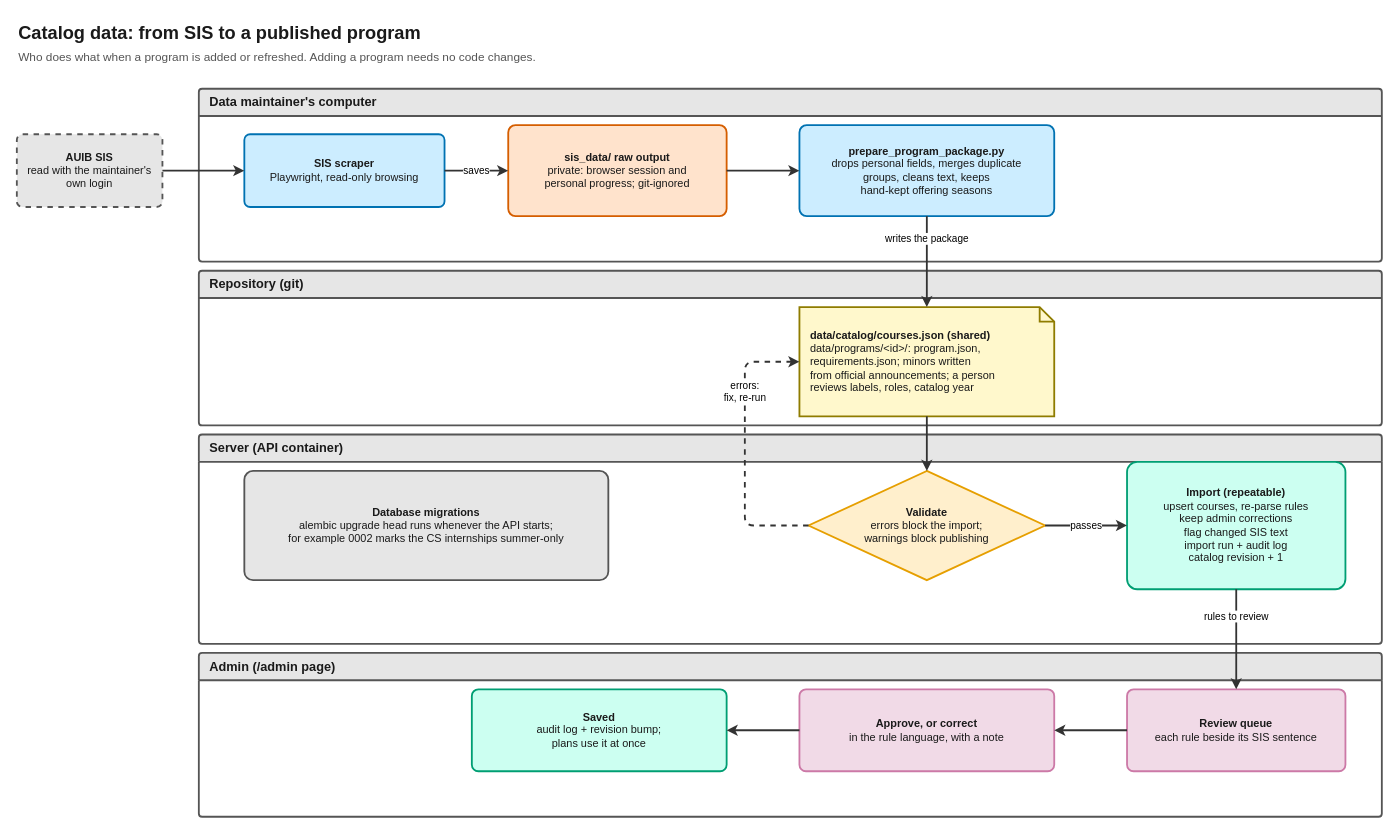
Earlier version of the draw.io diagram docs/diagrams/05-data-pipeline.drawio (zaniixx/AUIB-Academic-Advisor). Source tidied: cells renumbered, new cells numbered last; positions are measured from the earlier drawing's top-left corner, leaving out a move shared by most shapes. Both pictures are drawn from the tidied source at 91%, with x=0, y=0 at pixel (16, 15).
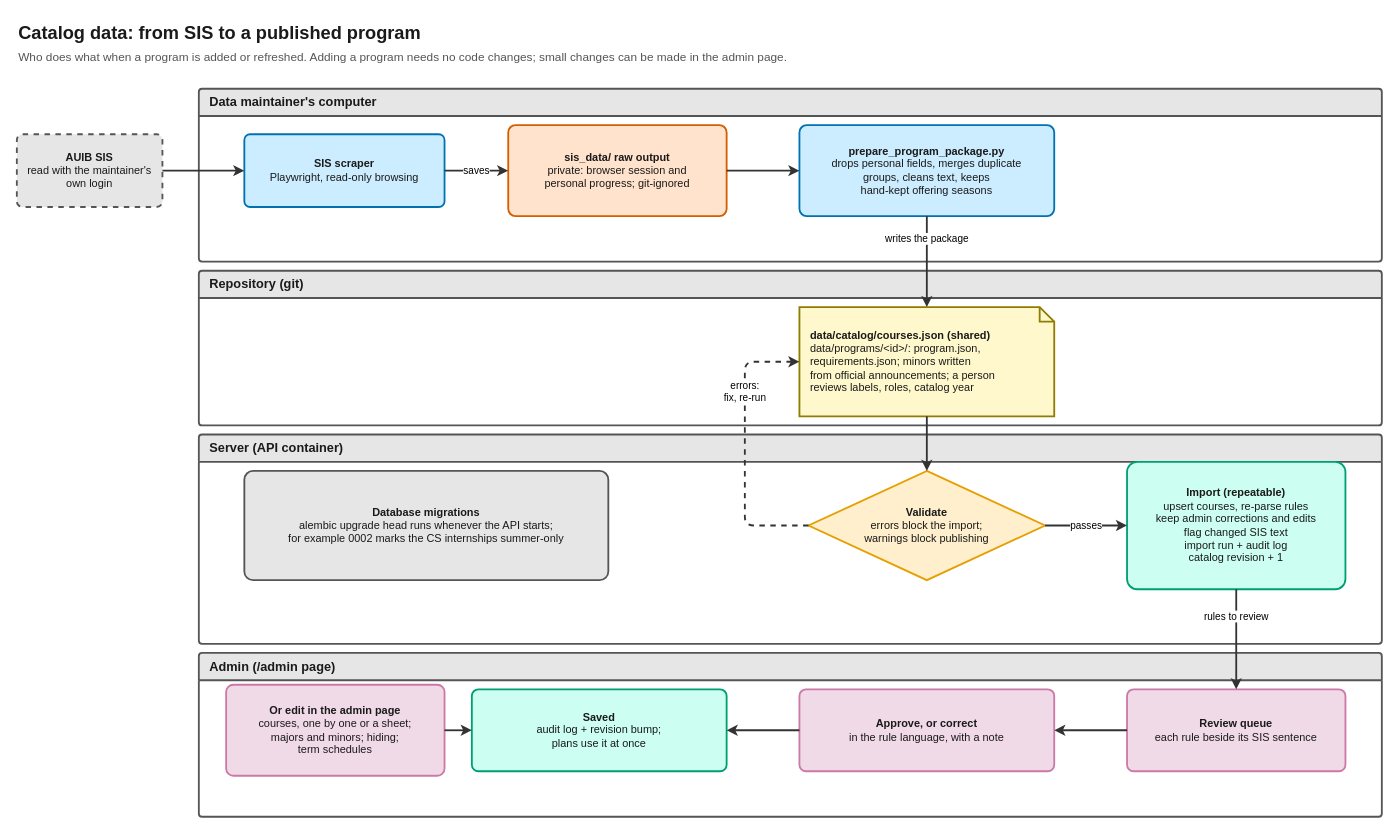
After the change.

The change refers to these unchanged cells:
```xml
<mxCell id="5" value="Server (API container)" style="swimlane;startSize=30;html=1;whiteSpace=wrap;fillColor=#e6e6e6;strokeColor=#555555;swimlaneFillColor=#ffffff;fontColor=#1a1a1a;fontFamily=Helvetica;fontSize=14;fontStyle=1;strokeWidth=2;rounded=1;arcSize=4;align=left;spacingLeft=10;" parent="1" vertex="1">
  <mxGeometry x="200" y="460" width="1300" height="230" as="geometry" />
</mxCell>
<mxCell id="6" value="Admin (/admin page)" style="swimlane;startSize=30;html=1;whiteSpace=wrap;fillColor=#e6e6e6;strokeColor=#555555;swimlaneFillColor=#ffffff;fontColor=#1a1a1a;fontFamily=Helvetica;fontSize=14;fontStyle=1;strokeWidth=2;rounded=1;arcSize=4;align=left;spacingLeft=10;" parent="1" vertex="1">
  <mxGeometry x="200" y="700" width="1300" height="180" as="geometry" />
</mxCell>
<mxCell id="17" value="&lt;b&gt;Saved&lt;/b&gt;&lt;br&gt;audit log + revision bump;&lt;br&gt;plans use it at once" style="rounded=1;arcSize=8;whiteSpace=wrap;html=1;fillColor=#ccfff1;strokeColor=#009e73;fontColor=#1a1a1a;fontFamily=Helvetica;fontSize=12;strokeWidth=2;verticalAlign=middle;" parent="6" vertex="1">
  <mxGeometry x="300" y="40" width="280" height="90" as="geometry" />
</mxCell>
```

Change to the diagram source:
```diff
@@
-    <mxCell id="2" value="&lt;b&gt;Catalog data: from SIS to a published program&lt;/b&gt;&lt;br&gt;&lt;font style=&quot;font-size: 13px&quot; color=&quot;#555555&quot;&gt;Who does what when a program is added or refreshed. Adding a program needs no code changes.&lt;/font&gt;" style="text;html=1;whiteSpace=wrap;align=left;verticalAlign=top;fontColor=#1a1a1a;fontFamily=Helvetica;fontSize=12;fontSize=20;" parent="1" vertex="1">
+    <mxCell id="2" value="&lt;b&gt;Catalog data: from SIS to a published program&lt;/b&gt;&lt;br&gt;&lt;font style=&quot;font-size: 13px&quot; color=&quot;#555555&quot;&gt;Who does what when a program is added or refreshed. Adding a program needs no code changes; small changes can be made in the admin page.&lt;/font&gt;" style="text;html=1;whiteSpace=wrap;align=left;verticalAlign=top;fontColor=#1a1a1a;fontFamily=Helvetica;fontSize=12;fontSize=20;" parent="1" vertex="1">
       <mxGeometry width="1500" height="50" as="geometry" />
     </mxCell>
@@
-    <mxCell id="14" value="&lt;b&gt;Import (repeatable)&lt;/b&gt;&lt;br&gt;upsert courses, re-parse rules&lt;br&gt;keep admin corrections&lt;br&gt;flag changed SIS text&lt;br&gt;import run + audit log&lt;br&gt;catalog revision + 1" style="rounded=1;arcSize=8;whiteSpace=wrap;html=1;fillColor=#ccfff1;strokeColor=#009e73;fontColor=#1a1a1a;fontFamily=Helvetica;fontSize=12;strokeWidth=2;verticalAlign=middle;" parent="5" vertex="1">
+    <mxCell id="14" value="&lt;b&gt;Import (repeatable)&lt;/b&gt;&lt;br&gt;upsert courses, re-parse rules&lt;br&gt;keep admin corrections and edits&lt;br&gt;flag changed SIS text&lt;br&gt;import run + audit log&lt;br&gt;catalog revision + 1" style="rounded=1;arcSize=8;whiteSpace=wrap;html=1;fillColor=#ccfff1;strokeColor=#009e73;fontColor=#1a1a1a;fontFamily=Helvetica;fontSize=12;strokeWidth=2;verticalAlign=middle;" parent="5" vertex="1">
       <mxGeometry x="1020" y="30" width="240" height="140" as="geometry" />
     </mxCell>
@@
+    <mxCell id="28" value="&lt;b&gt;Or edit in the admin page&lt;/b&gt;&lt;br&gt;courses, one by one or a sheet;&lt;br&gt;majors and minors; hiding;&lt;br&gt;term schedules" style="rounded=1;arcSize=8;whiteSpace=wrap;html=1;fillColor=#f1dae7;strokeColor=#cc79a7;fontColor=#1a1a1a;fontFamily=Helvetica;fontSize=12;strokeWidth=2;verticalAlign=middle;" parent="6" vertex="1">
+      <mxGeometry x="30" y="35" width="240" height="100" as="geometry" />
+    </mxCell>
+    <mxCell id="29" style="edgeStyle=orthogonalEdgeStyle;rounded=1;jettySize=auto;html=1;endArrow=classic;endFill=1;strokeWidth=2;strokeColor=#333333;fontFamily=Helvetica;fontSize=11;labelBackgroundColor=#ffffff;exitX=1;exitY=0.5;exitDx=0;exitDy=0;entryX=0;entryY=0.5;entryDx=0;entryDy=0;" parent="1" edge="1" source="28" target="17">
+      <mxGeometry relative="1" as="geometry" />
+    </mxCell>
```
